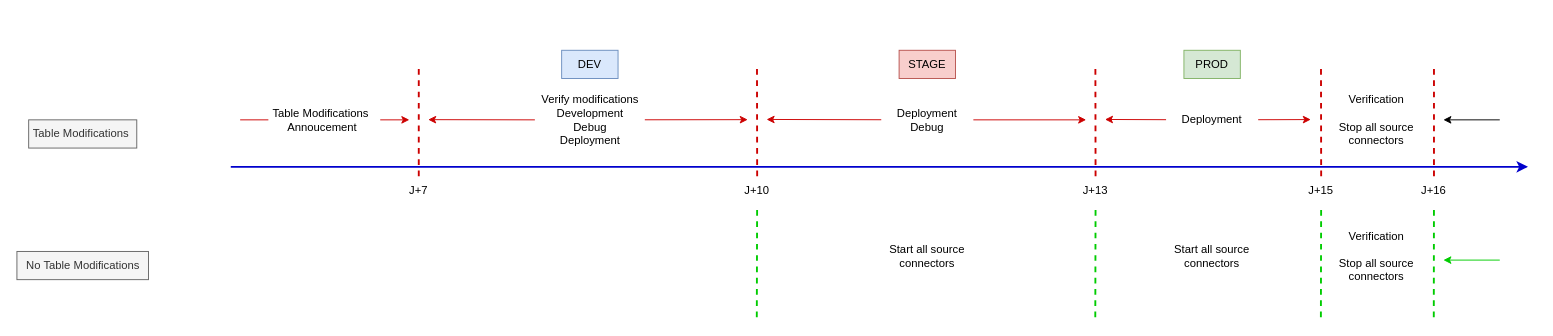
The draw.io diagram kfk_deployment.drawio in wunyu/drawio, before the edit. Source tidied: cells renumbered, new cells numbered last; positions are measured from the earlier drawing's top-left corner, leaving out a move shared by most shapes. Both pictures are drawn from the tidied source at 94%, with x=0, y=0 at pixel (16, 50).
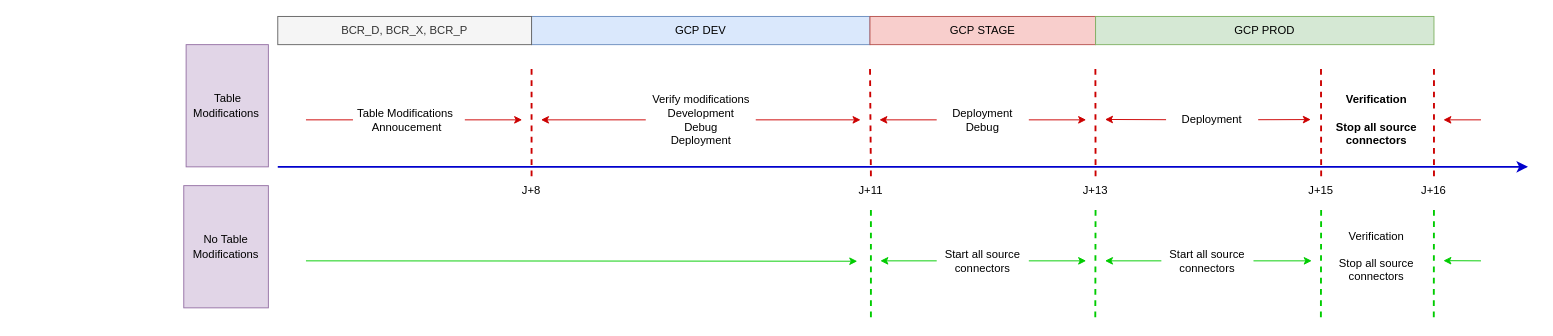
The same page after the edit.

The edit, as a diff of the source:
```diff
@@
     <mxCell id="2" style="endArrow=classic;html=1;rounded=0;strokeWidth=2;strokeColor=#0000CC;" parent="1" edge="1">
       <mxGeometry relative="1" as="geometry">
-        <mxPoint x="228" y="124" as="sourcePoint" />
+        <mxPoint x="278" y="124" as="sourcePoint" />
         <mxPoint x="1608" y="124" as="targetPoint" />
       </mxGeometry>
     </mxCell>
@@
-    <mxCell id="5" value="J+10" style="text;html=1;align=center;verticalAlign=middle;whiteSpace=wrap;rounded=0;" parent="1" vertex="1">
-      <mxGeometry x="758" y="134" width="60" height="30" as="geometry" />
+    <mxCell id="5" value="J+11" style="text;html=1;align=center;verticalAlign=middle;whiteSpace=wrap;rounded=0;" parent="1" vertex="1">
+      <mxGeometry x="879" y="134" width="60" height="30" as="geometry" />
     </mxCell>
     <mxCell id="6" value="Table Modifications&amp;nbsp;&lt;br&gt;Annoucement" style="text;html=1;align=center;verticalAlign=middle;whiteSpace=wrap;rounded=0;" parent="1" vertex="1">
-      <mxGeometry x="268" y="59" width="115" height="30" as="geometry" />
+      <mxGeometry x="358" y="59" width="115" height="30" as="geometry" />
     </mxCell>
     <mxCell id="7" style="endArrow=classic;html=1;rounded=0;endSize=6;startSize=6;targetPerimeterSpacing=0;exitX=1.035;exitY=0.5;exitDx=0;exitDy=0;exitPerimeter=0;strokeColor=#CC0000;" parent="1" edge="1" source="6">
       <mxGeometry relative="1" as="geometry">
-        <mxPoint x="418" y="74" as="targetPoint" />
+        <mxPoint x="538" y="74" as="targetPoint" />
       </mxGeometry>
     </mxCell>
     <mxCell id="8" value="Verify modifications&lt;br&gt;Development &lt;br&gt;Debug&lt;br&gt;Deployment" style="text;html=1;align=center;verticalAlign=middle;whiteSpace=wrap;rounded=0;" parent="1" vertex="1">
-      <mxGeometry x="551.5" y="59" width="117" height="30" as="geometry" />
+      <mxGeometry x="669.5" y="59" width="117" height="30" as="geometry" />
     </mxCell>
-    <mxCell id="9" value="J+7" style="text;html=1;align=center;verticalAlign=middle;whiteSpace=wrap;rounded=0;" parent="1" vertex="1">
-      <mxGeometry x="398" y="134" width="60" height="30" as="geometry" />
+    <mxCell id="9" value="J+8" style="text;html=1;align=center;verticalAlign=middle;whiteSpace=wrap;rounded=0;" parent="1" vertex="1">
+      <mxGeometry x="518" y="134" width="60" height="30" as="geometry" />
     </mxCell>
     <mxCell id="10" style="endArrow=none;html=1;rounded=0;endFill=0;startArrow=classic;startFill=1;entryX=0;entryY=0.5;entryDx=0;entryDy=0;strokeColor=#CC0000;" parent="1" edge="1" target="8">
       <mxGeometry relative="1" as="geometry">
-        <mxPoint x="438" y="73.8" as="sourcePoint" />
+        <mxPoint x="558" y="74" as="sourcePoint" />
       </mxGeometry>
     </mxCell>
     <mxCell id="11" style="endArrow=classic;html=1;rounded=0;endFill=1;startArrow=none;startFill=0;endSize=6;strokeColor=#CC0000;" parent="1" edge="1" source="8">
       <mxGeometry relative="1" as="geometry">
-        <mxPoint x="778" y="73.8" as="targetPoint" />
+        <mxPoint x="898" y="74" as="targetPoint" />
       </mxGeometry>
     </mxCell>
     <mxCell id="12" style="endArrow=none;dashed=1;html=1;rounded=0;exitX=0.5;exitY=0;exitDx=0;exitDy=0;strokeWidth=2;strokeColor=#CC0000;" parent="1" edge="1" source="9">
       <mxGeometry relative="1" as="geometry">
-        <mxPoint x="428" y="14" as="targetPoint" />
+        <mxPoint x="548" y="14" as="targetPoint" />
       </mxGeometry>
     </mxCell>
     <mxCell id="13" style="endArrow=none;dashed=1;html=1;rounded=0;exitX=0.5;exitY=0;exitDx=0;exitDy=0;strokeWidth=2;strokeColor=#CC0000;" parent="1" edge="1" source="5">
       <mxGeometry relative="1" as="geometry">
-        <mxPoint x="787.8" y="14" as="targetPoint" />
+        <mxPoint x="908" y="14" as="targetPoint" />
       </mxGeometry>
     </mxCell>
@@
-    <mxCell id="16" style="endArrow=none;html=1;rounded=0;endFill=0;startArrow=classic;startFill=1;" parent="1" edge="1">
+    <mxCell id="16" style="endArrow=none;html=1;rounded=0;endFill=0;startArrow=classic;startFill=1;strokeColor=#CC0000;" parent="1" edge="1">
       <mxGeometry relative="1" as="geometry">
         <mxPoint x="1518" y="74" as="sourcePoint" />
-        <mxPoint x="1578" y="74" as="targetPoint" />
+        <mxPoint x="1558" y="74" as="targetPoint" />
       </mxGeometry>
     </mxCell>
     <mxCell id="17" style="endArrow=none;html=1;rounded=0;strokeColor=#CC0000;" parent="1" edge="1" target="6">
       <mxGeometry relative="1" as="geometry">
-        <mxPoint x="238" y="74" as="sourcePoint" />
+        <mxPoint x="308" y="74" as="sourcePoint" />
       </mxGeometry>
     </mxCell>
@@
-    <mxCell id="19" value="DEV" style="text;html=1;align=center;verticalAlign=middle;whiteSpace=wrap;rounded=0;fillColor=#dae8fc;strokeColor=#6c8ebf;" parent="1" vertex="1">
-      <mxGeometry x="580" width="60" height="30" as="geometry" />
+    <mxCell id="19" value="GCP&amp;nbsp;DEV" style="text;html=1;align=center;verticalAlign=middle;whiteSpace=wrap;rounded=0;fillColor=#dae8fc;strokeColor=#6c8ebf;" parent="1" vertex="1">
+      <mxGeometry x="548" y="-36" width="360" height="30" as="geometry" />
     </mxCell>
-    <mxCell id="20" value="STAGE" style="text;html=1;align=center;verticalAlign=middle;whiteSpace=wrap;rounded=0;fillColor=#f8cecc;strokeColor=#b85450;" parent="1" vertex="1">
-      <mxGeometry x="939" width="60" height="30" as="geometry" />
+    <mxCell id="20" value="GCP&amp;nbsp;STAGE" style="text;html=1;align=center;verticalAlign=middle;whiteSpace=wrap;rounded=0;fillColor=#f8cecc;strokeColor=#b85450;" parent="1" vertex="1">
+      <mxGeometry x="908" y="-36" width="240" height="30" as="geometry" />
     </mxCell>
-    <mxCell id="21" value="PROD" style="text;html=1;align=center;verticalAlign=middle;whiteSpace=wrap;rounded=0;fillColor=#d5e8d4;strokeColor=#82b366;" parent="1" vertex="1">
-      <mxGeometry x="1242" width="60" height="30" as="geometry" />
+    <mxCell id="21" value="GCP&amp;nbsp;PROD" style="text;html=1;align=center;verticalAlign=middle;whiteSpace=wrap;rounded=0;fillColor=#d5e8d4;strokeColor=#82b366;" parent="1" vertex="1">
+      <mxGeometry x="1148" y="-36" width="360" height="30" as="geometry" />
     </mxCell>
     <mxCell id="22" value="Deployment&lt;br&gt;Debug" style="text;html=1;align=center;verticalAlign=middle;whiteSpace=wrap;rounded=0;" parent="1" vertex="1">
-      <mxGeometry x="920" y="59" width="98" height="30" as="geometry" />
+      <mxGeometry x="979" y="59" width="98" height="30" as="geometry" />
     </mxCell>
@@
-    <mxCell id="25" value="Verification&lt;br&gt;&lt;br&gt;Stop all source connectors" style="text;html=1;align=center;verticalAlign=middle;whiteSpace=wrap;rounded=0;" parent="1" vertex="1">
+    <mxCell id="25" value="&lt;b&gt;Verification&lt;br&gt;&lt;br&gt;Stop all source connectors&lt;/b&gt;" style="text;html=1;align=center;verticalAlign=middle;whiteSpace=wrap;rounded=0;" parent="1" vertex="1">
       <mxGeometry x="1398" y="59" width="98" height="30" as="geometry" />
     </mxCell>
@@
     <mxCell id="27" style="endArrow=none;html=1;rounded=0;endFill=0;startArrow=classic;startFill=1;strokeColor=#CC0000;" parent="1" edge="1" target="22">
       <mxGeometry relative="1" as="geometry">
-        <mxPoint x="798" y="73.6" as="sourcePoint" />
+        <mxPoint x="918" y="74" as="sourcePoint" />
       </mxGeometry>
     </mxCell>
@@
     <mxCell id="32" value="Start all source connectors" style="text;html=1;align=center;verticalAlign=middle;whiteSpace=wrap;rounded=0;" parent="1" vertex="1">
-      <mxGeometry x="1223" y="204" width="98" height="30" as="geometry" />
+      <mxGeometry x="1218" y="209" width="98" height="30" as="geometry" />
     </mxCell>
@@
     <mxCell id="35" style="endArrow=none;html=1;rounded=0;endFill=0;startArrow=classic;startFill=1;strokeColor=#00CC00;" parent="1" edge="1">
       <mxGeometry relative="1" as="geometry">
-        <mxPoint x="1518" y="223.2" as="sourcePoint" />
-        <mxPoint x="1578" y="223.2" as="targetPoint" />
+        <mxPoint x="1518" y="223.8" as="sourcePoint" />
+        <mxPoint x="1558" y="224" as="targetPoint" />
       </mxGeometry>
     </mxCell>
-    <mxCell id="36" value="No Table Modifications" style="text;html=1;align=center;verticalAlign=middle;whiteSpace=wrap;rounded=0;fillColor=#f5f5f5;fontColor=#333333;strokeColor=#666666;" parent="1" vertex="1">
-      <mxGeometry x="0.5" y="214" width="140" height="30" as="geometry" />
+    <mxCell id="36" value="No Table Modifications" style="text;html=1;align=center;verticalAlign=middle;whiteSpace=wrap;rounded=0;fillColor=#e1d5e7;strokeColor=#9673a6;" parent="1" vertex="1">
+      <mxGeometry x="178" y="144" width="90" height="130" as="geometry" />
     </mxCell>
-    <mxCell id="37" value="Table Modifications&amp;nbsp;" style="text;html=1;align=center;verticalAlign=middle;whiteSpace=wrap;rounded=0;fillColor=#f5f5f5;fontColor=#333333;strokeColor=#666666;" parent="1" vertex="1">
-      <mxGeometry x="13" y="74" width="115" height="30" as="geometry" />
+    <mxCell id="37" value="Table Modifications&amp;nbsp;" style="text;html=1;align=center;verticalAlign=middle;whiteSpace=wrap;rounded=0;fillColor=#e1d5e7;strokeColor=#9673a6;" parent="1" vertex="1">
+      <mxGeometry x="180.5" y="-6" width="87.5" height="130" as="geometry" />
     </mxCell>
-    <mxCell id="38" style="endArrow=none;dashed=1;html=1;rounded=0;exitX=0.5;exitY=0;exitDx=0;exitDy=0;strokeWidth=2;strokeColor=#00CC00;" parent="1" edge="1" target="5">
+    <mxCell id="38" style="endArrow=none;dashed=1;html=1;rounded=0;strokeWidth=2;strokeColor=#00CC00;" parent="1" edge="1" target="5">
       <mxGeometry relative="1" as="geometry">
-        <mxPoint x="787.6" y="284" as="sourcePoint" />
+        <mxPoint x="909" y="284" as="sourcePoint" />
       </mxGeometry>
     </mxCell>
     <mxCell id="39" value="Start all source connectors" style="text;html=1;align=center;verticalAlign=middle;whiteSpace=wrap;rounded=0;" parent="1" vertex="1">
-      <mxGeometry x="920" y="204" width="98" height="30" as="geometry" />
+      <mxGeometry x="979" y="209" width="98" height="30" as="geometry" />
     </mxCell>
+    <mxCell id="40" style="endArrow=classic;html=1;rounded=0;endFill=1;startArrow=none;startFill=0;endSize=6;strokeColor=#00CC00;" parent="1" edge="1">
+      <mxGeometry relative="1" as="geometry">
+        <mxPoint x="308" y="224" as="sourcePoint" />
+        <mxPoint x="894.5" y="224.4" as="targetPoint" />
+      </mxGeometry>
+    </mxCell>
+    <mxCell id="41" value="BCR_D, BCR_X, BCR_P" style="text;html=1;align=center;verticalAlign=middle;whiteSpace=wrap;rounded=0;fillColor=#f5f5f5;strokeColor=#666666;fontColor=#333333;" parent="1" vertex="1">
+      <mxGeometry x="278" y="-36" width="270" height="30" as="geometry" />
+    </mxCell>
+    <mxCell id="42" style="endArrow=none;html=1;rounded=0;endFill=0;startArrow=classic;startFill=1;strokeColor=#00CC00;" parent="1" edge="1" target="39">
+      <mxGeometry relative="1" as="geometry">
+        <mxPoint x="919" y="224" as="sourcePoint" />
+      </mxGeometry>
+    </mxCell>
+    <mxCell id="43" style="endArrow=classic;html=1;rounded=0;endFill=1;startArrow=none;startFill=0;endSize=6;strokeColor=#00CC00;" parent="1" edge="1" source="39">
+      <mxGeometry relative="1" as="geometry">
+        <mxPoint x="1138" y="224" as="targetPoint" />
+      </mxGeometry>
+    </mxCell>
+    <mxCell id="44" style="endArrow=classic;html=1;rounded=0;endFill=1;startArrow=none;startFill=0;endSize=6;strokeColor=#00CC00;exitX=1;exitY=0.5;exitDx=0;exitDy=0;" parent="1" edge="1" source="32">
+      <mxGeometry relative="1" as="geometry">
+        <mxPoint x="1378" y="224" as="targetPoint" />
+      </mxGeometry>
+    </mxCell>
+    <mxCell id="45" style="endArrow=none;html=1;rounded=0;endFill=0;startArrow=classic;startFill=1;strokeColor=#00CC00;entryX=0;entryY=0.5;entryDx=0;entryDy=0;" parent="1" edge="1" target="32">
+      <mxGeometry relative="1" as="geometry">
+        <mxPoint x="1158" y="224" as="sourcePoint" />
+      </mxGeometry>
+    </mxCell>
```
